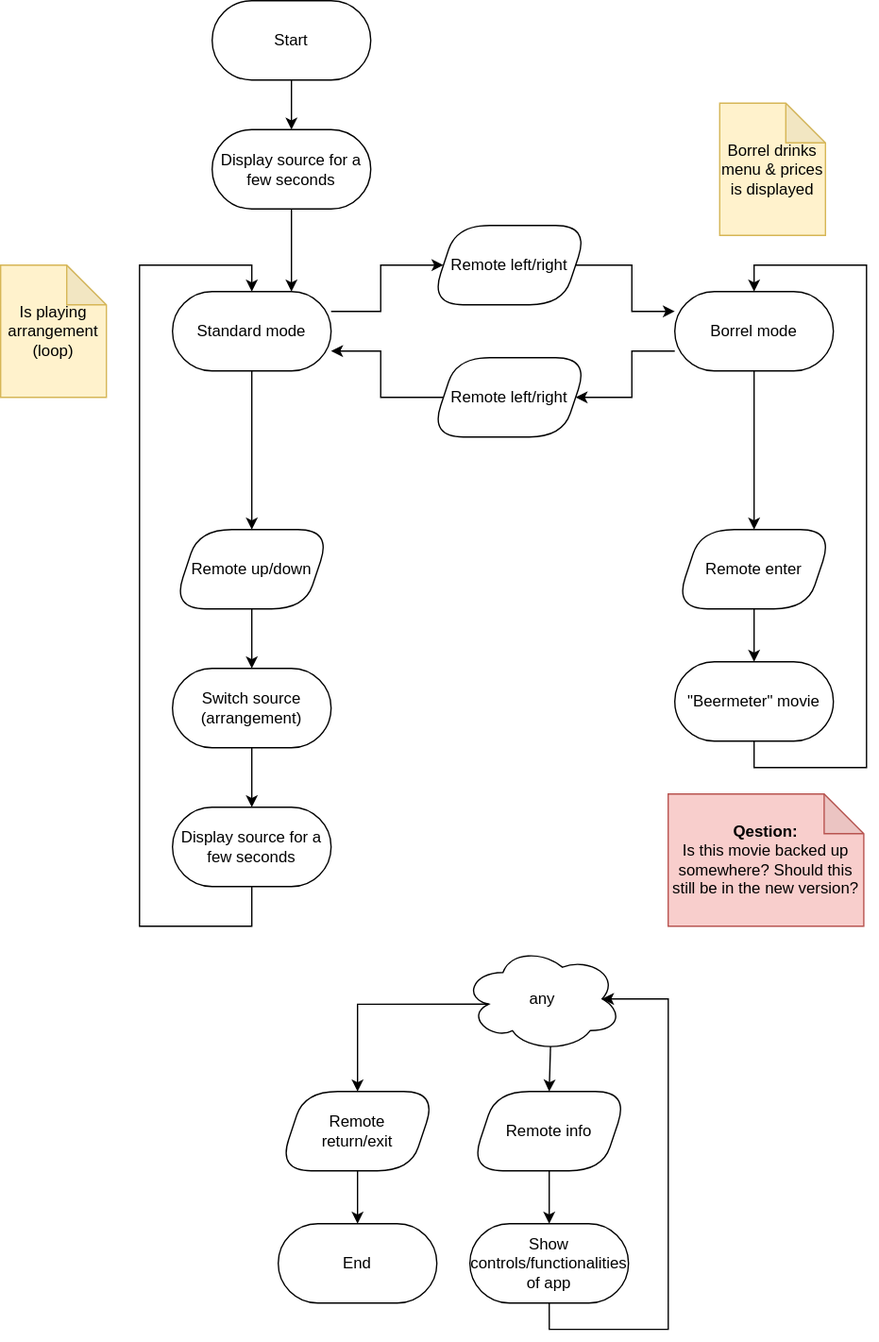
This is docs/flow_tv.drawio.svg from StudieverenigingSTORM/StoKa-TV, a draw.io export, as it was before one commit. Source tidied: cells renumbered, new cells last; positions are measured from the earlier drawing's top-left corner, leaving out a move shared by most shapes.
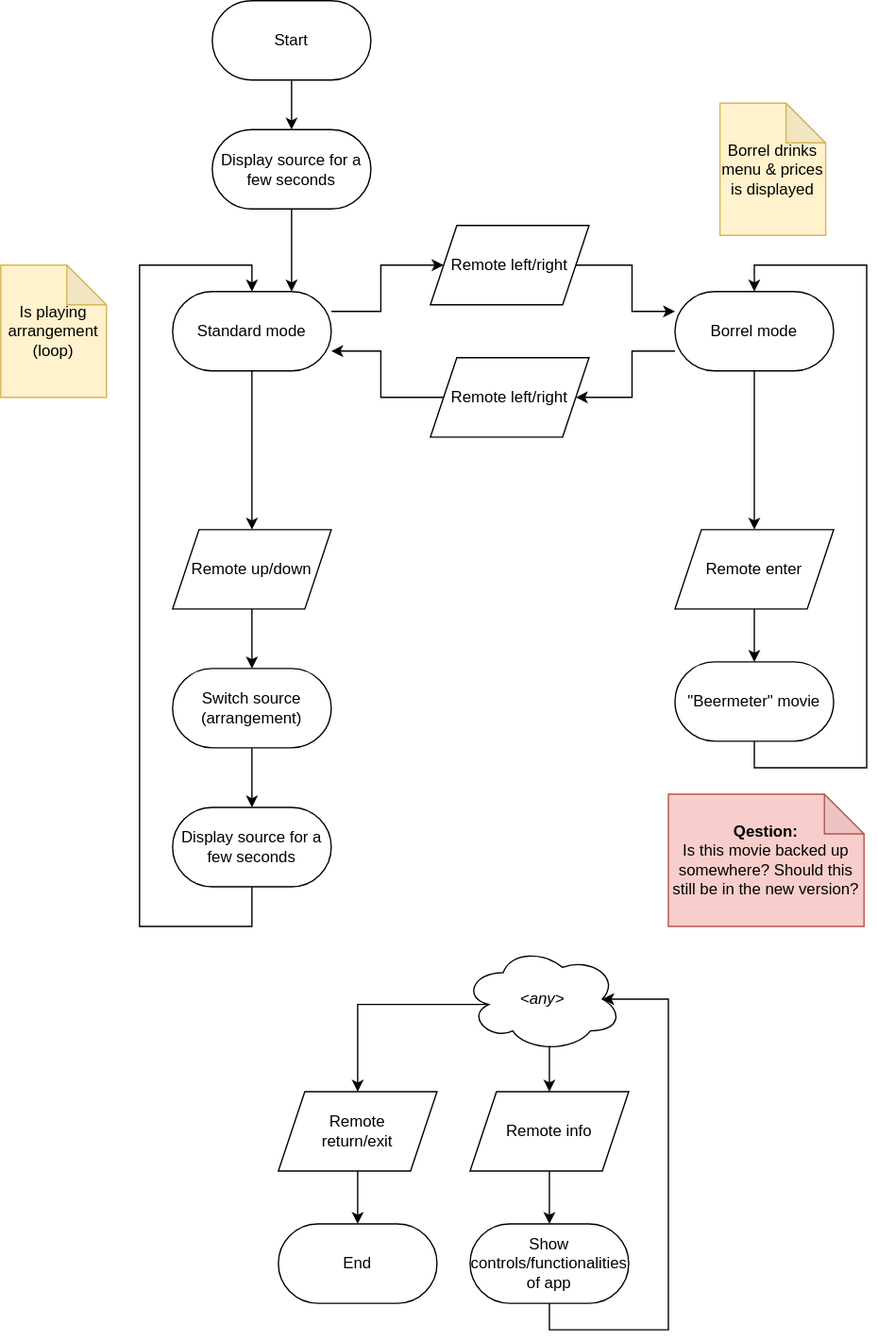
The same file after the commit.

The edit, as a diff of the source:
```diff
@@ -35,19 +35,19 @@
     <mxCell id="12" style="edgeStyle=orthogonalEdgeStyle;rounded=0;jettySize=auto;html=1;exitX=1;exitY=0.5;exitDx=0;exitDy=0;entryX=0;entryY=0.25;entryDx=0;entryDy=0;startArrow=none;labelBackgroundColor=none;fontColor=#000000;fontSize=12;strokeColor=#000000;arcSize=50;" parent="1" edge="1" source="13" target="11">
       <mxGeometry relative="1" as="geometry" />
     </mxCell>
-    <mxCell id="13" value="Remote left/right" style="shape=parallelogram;perimeter=parallelogramPerimeter;whiteSpace=wrap;html=1;fixedSize=1;rounded=1;arcSize=50;fillColor=none;labelBackgroundColor=none;fontColor=#000000;strokeColor=#000000;" parent="1" vertex="1">
+    <mxCell id="13" value="Remote left/right" style="shape=parallelogram;perimeter=parallelogramPerimeter;whiteSpace=wrap;html=1;fixedSize=1;rounded=1;arcSize=0;fillColor=none;labelBackgroundColor=none;fontColor=#000000;strokeColor=#000000;" parent="1" vertex="1">
       <mxGeometry x="325" y="170" width="120" height="60" as="geometry" />
     </mxCell>
     <mxCell id="14" style="edgeStyle=orthogonalEdgeStyle;rounded=0;jettySize=auto;html=1;exitX=0;exitY=0.5;exitDx=0;exitDy=0;entryX=1;entryY=0.75;entryDx=0;entryDy=0;startArrow=none;labelBackgroundColor=none;fontColor=#000000;fontSize=12;strokeColor=#000000;arcSize=50;" parent="1" edge="1" source="15" target="6">
       <mxGeometry relative="1" as="geometry" />
     </mxCell>
-    <mxCell id="15" value="Remote left/right" style="shape=parallelogram;perimeter=parallelogramPerimeter;whiteSpace=wrap;html=1;fixedSize=1;rounded=1;arcSize=50;fillColor=none;labelBackgroundColor=none;fontColor=#000000;strokeColor=#000000;" parent="1" vertex="1">
+    <mxCell id="15" value="Remote left/right" style="shape=parallelogram;perimeter=parallelogramPerimeter;whiteSpace=wrap;html=1;fixedSize=1;rounded=1;arcSize=0;fillColor=none;labelBackgroundColor=none;fontColor=#000000;strokeColor=#000000;" parent="1" vertex="1">
       <mxGeometry x="325" y="270" width="120" height="60" as="geometry" />
     </mxCell>
     <mxCell id="16" style="edgeStyle=orthogonalEdgeStyle;rounded=0;jettySize=auto;html=1;exitX=0.5;exitY=1;exitDx=0;exitDy=0;entryX=0.5;entryY=0;entryDx=0;entryDy=0;startArrow=none;labelBackgroundColor=none;fontColor=#000000;fontSize=12;strokeColor=#000000;arcSize=50;" parent="1" edge="1" source="17" target="19">
       <mxGeometry relative="1" as="geometry" />
     </mxCell>
-    <mxCell id="17" value="Remote enter" style="shape=parallelogram;perimeter=parallelogramPerimeter;whiteSpace=wrap;html=1;fixedSize=1;rounded=1;arcSize=50;fillColor=none;labelBackgroundColor=none;fontColor=#000000;strokeColor=#000000;" parent="1" vertex="1">
+    <mxCell id="17" value="Remote enter" style="shape=parallelogram;perimeter=parallelogramPerimeter;whiteSpace=wrap;html=1;fixedSize=1;rounded=1;arcSize=0;fillColor=none;labelBackgroundColor=none;fontColor=#000000;strokeColor=#000000;" parent="1" vertex="1">
       <mxGeometry x="510" y="400" width="120" height="60" as="geometry" />
     </mxCell>
     <mxCell id="18" style="edgeStyle=orthogonalEdgeStyle;rounded=0;jettySize=auto;html=1;exitX=0.5;exitY=1;exitDx=0;exitDy=0;entryX=0.5;entryY=0;entryDx=0;entryDy=0;startArrow=none;labelBackgroundColor=none;fontColor=#000000;fontSize=12;strokeColor=#000000;arcSize=50;" parent="1" edge="1" source="19" target="11">
@@ -69,7 +69,7 @@
     <mxCell id="21" style="edgeStyle=orthogonalEdgeStyle;rounded=0;jettySize=auto;html=1;exitX=0.5;exitY=1;exitDx=0;exitDy=0;entryX=0.5;entryY=0;entryDx=0;entryDy=0;startArrow=none;labelBackgroundColor=none;fontColor=#000000;fontSize=12;strokeColor=#000000;arcSize=50;" parent="1" edge="1" source="22" target="25">
       <mxGeometry relative="1" as="geometry" />
     </mxCell>
-    <mxCell id="22" value="Remote up/down" style="shape=parallelogram;perimeter=parallelogramPerimeter;whiteSpace=wrap;html=1;fixedSize=1;rounded=1;arcSize=50;fillColor=none;labelBackgroundColor=none;fontColor=#000000;strokeColor=#000000;" parent="1" vertex="1">
+    <mxCell id="22" value="Remote up/down" style="shape=parallelogram;perimeter=parallelogramPerimeter;whiteSpace=wrap;html=1;fixedSize=1;rounded=1;arcSize=0;fillColor=none;labelBackgroundColor=none;fontColor=#000000;strokeColor=#000000;" parent="1" vertex="1">
       <mxGeometry x="130" y="400" width="120" height="60" as="geometry" />
     </mxCell>
     <mxCell id="23" style="edgeStyle=orthogonalEdgeStyle;rounded=0;jettySize=auto;html=1;entryX=0.5;entryY=0;entryDx=0;entryDy=0;startArrow=none;exitX=0.5;exitY=1;exitDx=0;exitDy=0;labelBackgroundColor=none;fontColor=#000000;fontSize=12;strokeColor=#000000;arcSize=50;" parent="1" edge="1" source="26" target="6">
@@ -100,7 +100,7 @@
     <mxCell id="29" style="edgeStyle=orthogonalEdgeStyle;rounded=0;jettySize=auto;html=1;exitX=0.5;exitY=1;exitDx=0;exitDy=0;entryX=0.5;entryY=0;entryDx=0;entryDy=0;startArrow=none;labelBackgroundColor=none;fontColor=#000000;fontSize=12;strokeColor=#000000;arcSize=50;" parent="1" edge="1" source="30" target="32">
       <mxGeometry relative="1" as="geometry" />
     </mxCell>
-    <mxCell id="30" value="Remote info" style="shape=parallelogram;perimeter=parallelogramPerimeter;whiteSpace=wrap;html=1;fixedSize=1;rounded=1;arcSize=50;fillColor=none;labelBackgroundColor=none;fontColor=#000000;strokeColor=#000000;" parent="1" vertex="1">
+    <mxCell id="30" value="Remote info" style="shape=parallelogram;perimeter=parallelogramPerimeter;whiteSpace=wrap;html=1;fixedSize=1;rounded=1;arcSize=0;fillColor=none;labelBackgroundColor=none;fontColor=#000000;strokeColor=#000000;" parent="1" vertex="1">
       <mxGeometry x="355" y="825" width="120" height="60" as="geometry" />
     </mxCell>
     <mxCell id="31" style="edgeStyle=orthogonalEdgeStyle;rounded=0;jettySize=auto;html=1;exitX=0.5;exitY=1;exitDx=0;exitDy=0;entryX=0.875;entryY=0.5;entryDx=0;entryDy=0;entryPerimeter=0;startArrow=none;labelBackgroundColor=none;fontColor=#000000;fontSize=12;strokeColor=#000000;arcSize=50;" parent="1" edge="1" source="32" target="35">
@@ -121,13 +121,13 @@
     <mxCell id="34" style="edgeStyle=orthogonalEdgeStyle;rounded=0;jettySize=auto;html=1;exitX=0.16;exitY=0.55;exitDx=0;exitDy=0;exitPerimeter=0;entryX=0.5;entryY=0;entryDx=0;entryDy=0;startArrow=none;labelBackgroundColor=none;fontColor=#000000;fontSize=12;strokeColor=#000000;arcSize=50;" parent="1" edge="1" source="35" target="37">
       <mxGeometry relative="1" as="geometry" />
     </mxCell>
-    <mxCell id="35" value="any" style="ellipse;shape=cloud;whiteSpace=wrap;html=1;fillColor=none;labelBackgroundColor=none;fontColor=#000000;rounded=1;strokeColor=#000000;arcSize=50;" parent="1" vertex="1">
+    <mxCell id="35" value="&amp;lt;any&amp;gt;" style="ellipse;shape=cloud;whiteSpace=wrap;html=1;fillColor=none;labelBackgroundColor=none;fontColor=#000000;rounded=1;strokeColor=#000000;arcSize=50;fontStyle=2;" parent="1" vertex="1">
       <mxGeometry x="350" y="715" width="120" height="80" as="geometry" />
     </mxCell>
     <mxCell id="36" style="edgeStyle=orthogonalEdgeStyle;rounded=0;jettySize=auto;html=1;exitX=0.5;exitY=1;exitDx=0;exitDy=0;entryX=0.5;entryY=0;entryDx=0;entryDy=0;startArrow=none;labelBackgroundColor=none;fontColor=#000000;fontSize=12;strokeColor=#000000;arcSize=50;" parent="1" edge="1" source="37" target="38">
       <mxGeometry relative="1" as="geometry" />
     </mxCell>
-    <mxCell id="37" value="Remote&lt;br&gt;return/exit" style="shape=parallelogram;perimeter=parallelogramPerimeter;whiteSpace=wrap;html=1;fixedSize=1;rounded=1;arcSize=50;fillColor=none;labelBackgroundColor=none;fontColor=#000000;strokeColor=#000000;" parent="1" vertex="1">
+    <mxCell id="37" value="Remote&lt;br&gt;return/exit" style="shape=parallelogram;perimeter=parallelogramPerimeter;whiteSpace=wrap;html=1;fixedSize=1;rounded=1;arcSize=0;fillColor=none;labelBackgroundColor=none;fontColor=#000000;strokeColor=#000000;" parent="1" vertex="1">
       <mxGeometry x="210" y="825" width="120" height="60" as="geometry" />
     </mxCell>
     <mxCell id="38" value="End" style="rounded=1;whiteSpace=wrap;html=1;fillColor=none;arcSize=50;labelBackgroundColor=none;fontColor=#000000;strokeColor=#000000;" parent="1" vertex="1">
```
